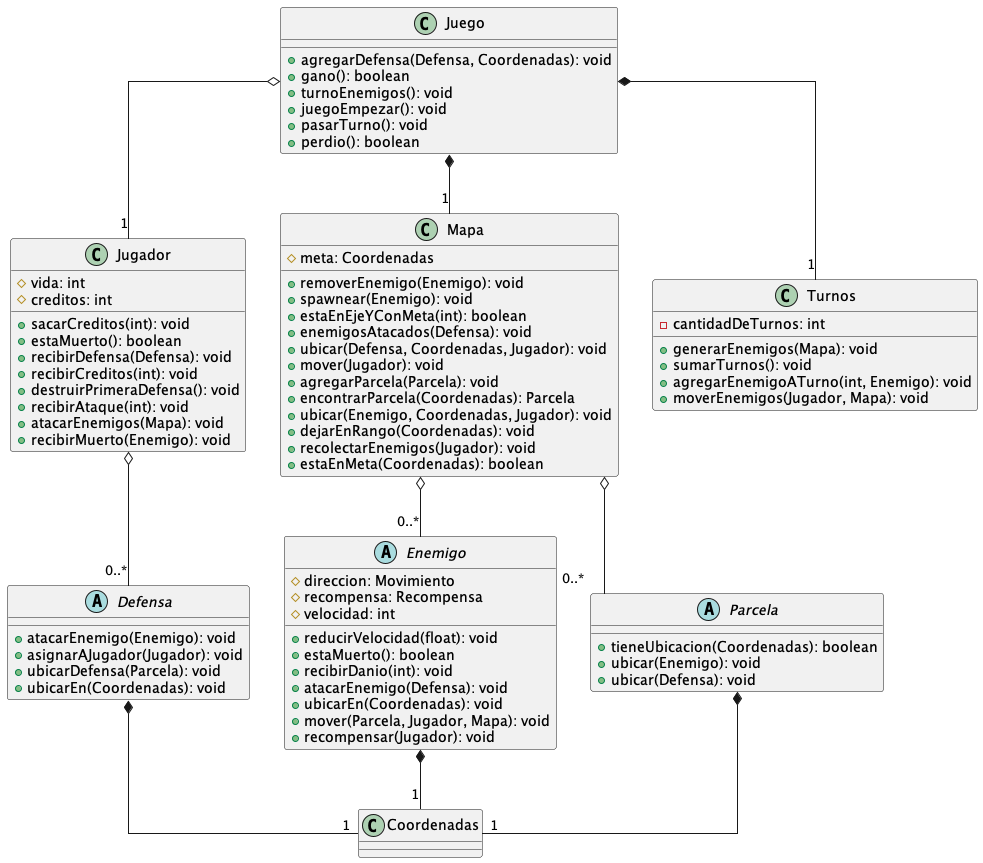
franzimbi/algo3_tp2 keeps this PlantUML diagram as diagrams/classes/general.png. Above is the earlier version.
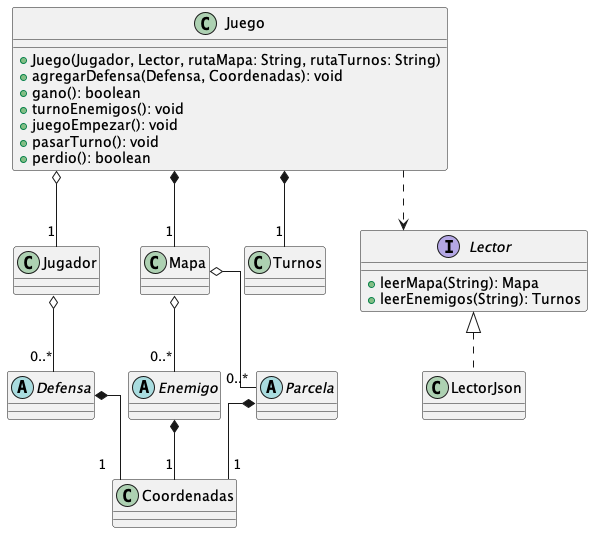
Above is the later version.

The edit, as a diff of the source:
```diff
@@ -3,24 +3,11 @@
 skinparam linetype ortho
 
 abstract Defensa {
-  + atacarEnemigo(Enemigo): void
-  + asignarAJugador(Jugador): void
-  + ubicarDefensa(Parcela): void
-  + ubicarEn(Coordenadas): void
 }
 abstract Enemigo {
-  + reducirVelocidad(float): void
-  + estaMuerto(): boolean
-  + recibirDanio(int): void
-  + atacarEnemigo(Defensa): void
-  + ubicarEn(Coordenadas): void
-  + mover(Parcela, Jugador, Mapa): void
-  + recompensar(Jugador): void
-  # direccion: Movimiento
-  # recompensa: Recompensa
-  # velocidad: int
 }
 class Juego {
+  + Juego(Jugador, Lector, rutaMapa: String, rutaTurnos: String)
   + agregarDefensa(Defensa, Coordenadas): void
   + gano(): boolean
   + turnoEnemigos(): void
@@ -29,47 +16,23 @@
   + perdio(): boolean
 }
 class Jugador {
-  + sacarCreditos(int): void
-  + estaMuerto(): boolean
-  + recibirDefensa(Defensa): void
-  + recibirCreditos(int): void
-  + destruirPrimeraDefensa(): void
-  + recibirAtaque(int): void
-  + atacarEnemigos(Mapa): void
-  + recibirMuerto(Enemigo): void
-  # vida: int
-  # creditos: int
 }
 class Mapa {
-  + removerEnemigo(Enemigo): void
-  + spawnear(Enemigo): void
-  + estaEnEjeYConMeta(int): boolean
-  + enemigosAtacados(Defensa): void
-  + ubicar(Defensa, Coordenadas, Jugador): void
-  + mover(Jugador): void
-  + agregarParcela(Parcela): void
-  + encontrarParcela(Coordenadas): Parcela
-  + ubicar(Enemigo, Coordenadas, Jugador): void
-  + dejarEnRango(Coordenadas): void
-  + recolectarEnemigos(Jugador): void
-  + estaEnMeta(Coordenadas): boolean
-  # meta: Coordenadas
 }
 abstract Parcela {
-  + tieneUbicacion(Coordenadas): boolean
-  + ubicar(Enemigo): void
-  + ubicar(Defensa): void
 }
 class Turnos {
-  + generarEnemigos(Mapa): void
-  + sumarTurnos(): void
-  + agregarEnemigoATurno(int, Enemigo): void
-  + moverEnemigos(Jugador, Mapa): void
-  - cantidadDeTurnos: int
   }
 class Coordenadas{
 }
+interface Lector{
+    +leerMapa(String): Mapa
+    +leerEnemigos(String): Turnos
+}
+class LectorJson
 
+Juego ..> Lector
+Lector <|.. LectorJson
 Juego o-- "1" Jugador
 Juego *-- "1" Mapa
 Juego *-- "1" Turnos
```
